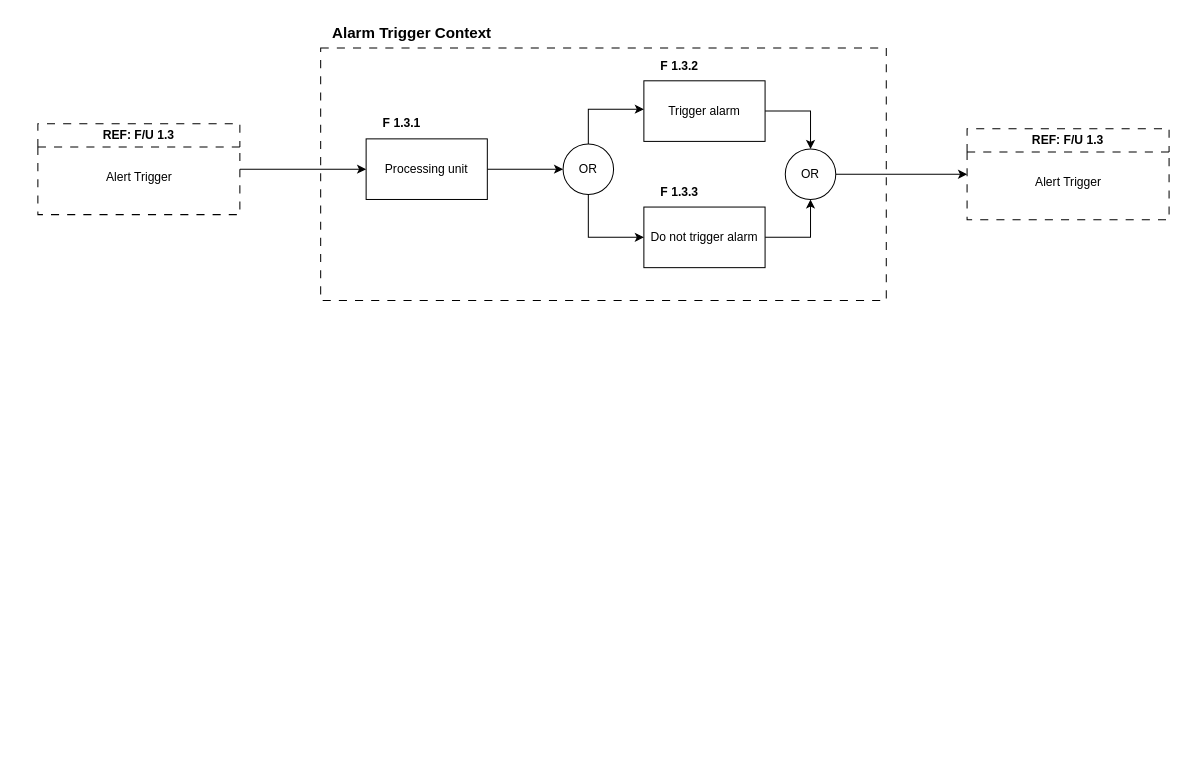
euginesithole/Eugine keeps this draw.io diagram as page "Alarm Trigger" (4 of 6) of Preliminary Design.drawio. Above is the earlier version. Source tidied: cells renumbered, new cells numbered last; positions are measured from the earlier drawing's top-left corner, leaving out a move shared by most shapes. Both pictures are drawn from the tidied source at 101%, with x=0, y=0 at pixel (37, 17).
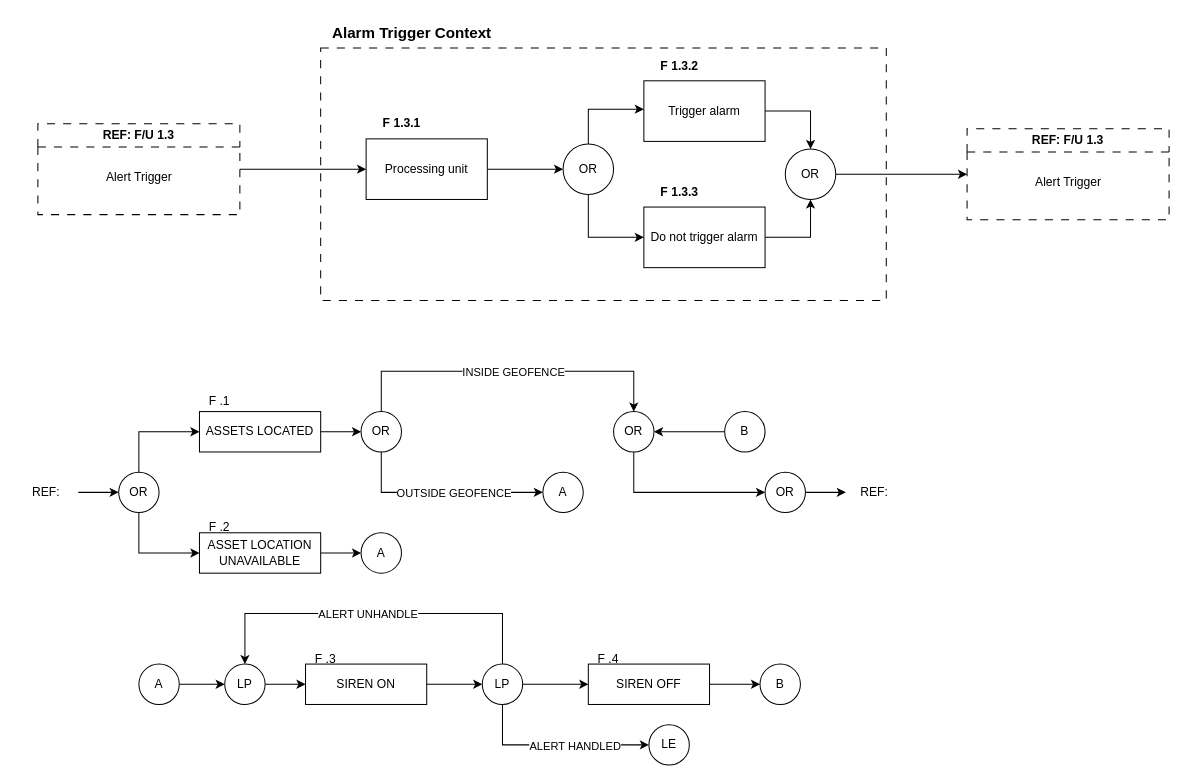
The same page after the edit.

What changed in the source:
```diff
@@
+    <mxCell id="23" style="edgeStyle=orthogonalEdgeStyle;rounded=0;jettySize=auto;html=1;" parent="1" edge="1" source="24" target="31">
+      <mxGeometry relative="1" as="geometry" />
+    </mxCell>
+    <mxCell id="24" value="ASSETS LOCATED" style="rounded=0;whiteSpace=wrap;html=1;fillColor=none;" parent="1" vertex="1">
+      <mxGeometry x="160" y="390" width="120" height="40" as="geometry" />
+    </mxCell>
+    <mxCell id="25" style="edgeStyle=orthogonalEdgeStyle;rounded=0;jettySize=auto;html=1;" parent="1" edge="1" source="26" target="47">
+      <mxGeometry relative="1" as="geometry" />
+    </mxCell>
+    <mxCell id="26" value="SIREN ON" style="rounded=0;whiteSpace=wrap;html=1;fillColor=none;" parent="1" vertex="1">
+      <mxGeometry x="265" y="640" width="120" height="40" as="geometry" />
+    </mxCell>
+    <mxCell id="27" style="edgeStyle=orthogonalEdgeStyle;rounded=0;jettySize=auto;html=1;exitX=0.5;exitY=0;exitDx=0;exitDy=0;entryX=0.5;entryY=0;entryDx=0;entryDy=0;" parent="1" edge="1" source="31" target="33">
+      <mxGeometry relative="1" as="geometry">
+        <Array as="points">
+          <mxPoint x="340" y="350" />
+          <mxPoint x="590" y="350" />
+        </Array>
+      </mxGeometry>
+    </mxCell>
+    <mxCell id="28" value="INSIDE GEOFENCE" style="edgeLabel;html=1;align=center;verticalAlign=middle;" parent="27" vertex="1">
+      <mxGeometry x="-0.06" relative="1" as="geometry">
+        <mxPoint x="15" as="offset" />
+      </mxGeometry>
+    </mxCell>
+    <mxCell id="29" style="edgeStyle=orthogonalEdgeStyle;rounded=0;jettySize=auto;html=1;exitX=0.5;exitY=1;exitDx=0;exitDy=0;entryX=0;entryY=0.5;entryDx=0;entryDy=0;" parent="1" edge="1" source="31" target="51">
+      <mxGeometry relative="1" as="geometry">
+        <Array as="points">
+          <mxPoint x="340" y="470" />
+        </Array>
+      </mxGeometry>
+    </mxCell>
+    <mxCell id="30" value="OUTSIDE GEOFENCE" style="edgeLabel;html=1;align=center;verticalAlign=middle;" parent="29" vertex="1">
+      <mxGeometry x="-0.1" y="1" relative="1" as="geometry">
+        <mxPoint x="21" y="1" as="offset" />
+      </mxGeometry>
+    </mxCell>
+    <mxCell id="31" value="OR" style="ellipse;whiteSpace=wrap;html=1;" parent="1" vertex="1">
+      <mxGeometry x="320" y="390" width="40" height="40" as="geometry" />
+    </mxCell>
+    <mxCell id="32" style="edgeStyle=orthogonalEdgeStyle;rounded=0;jettySize=auto;html=1;exitX=0.5;exitY=1;exitDx=0;exitDy=0;entryX=0;entryY=0.5;entryDx=0;entryDy=0;" parent="1" edge="1" source="33" target="58">
+      <mxGeometry relative="1" as="geometry" />
+    </mxCell>
+    <mxCell id="33" value="OR" style="ellipse;whiteSpace=wrap;html=1;" parent="1" vertex="1">
+      <mxGeometry x="570" y="390" width="40" height="40" as="geometry" />
+    </mxCell>
+    <mxCell id="34" style="edgeStyle=orthogonalEdgeStyle;rounded=0;jettySize=auto;html=1;" parent="1" edge="1" source="35" target="39">
+      <mxGeometry relative="1" as="geometry" />
+    </mxCell>
+    <mxCell id="35" value="ASSET LOCATION UNAVAILABLE" style="rounded=0;whiteSpace=wrap;html=1;fillColor=none;" parent="1" vertex="1">
+      <mxGeometry x="160" y="510" width="120" height="40" as="geometry" />
+    </mxCell>
+    <mxCell id="36" style="edgeStyle=orthogonalEdgeStyle;rounded=0;jettySize=auto;html=1;exitX=0.5;exitY=0;exitDx=0;exitDy=0;entryX=0;entryY=0.5;entryDx=0;entryDy=0;" parent="1" edge="1" source="38" target="24">
+      <mxGeometry relative="1" as="geometry" />
+    </mxCell>
+    <mxCell id="37" style="edgeStyle=orthogonalEdgeStyle;rounded=0;jettySize=auto;html=1;exitX=0.5;exitY=1;exitDx=0;exitDy=0;entryX=0;entryY=0.5;entryDx=0;entryDy=0;" parent="1" edge="1" source="38" target="35">
+      <mxGeometry relative="1" as="geometry" />
+    </mxCell>
+    <mxCell id="38" value="OR" style="ellipse;whiteSpace=wrap;html=1;" parent="1" vertex="1">
+      <mxGeometry x="80" y="450" width="40" height="40" as="geometry" />
+    </mxCell>
+    <mxCell id="39" value="A" style="ellipse;whiteSpace=wrap;html=1;" parent="1" vertex="1">
+      <mxGeometry x="320" y="510" width="40" height="40" as="geometry" />
+    </mxCell>
+    <mxCell id="40" style="edgeStyle=orthogonalEdgeStyle;rounded=0;jettySize=auto;html=1;" parent="1" edge="1" source="41" target="26">
+      <mxGeometry relative="1" as="geometry" />
+    </mxCell>
+    <mxCell id="41" value="LP" style="ellipse;whiteSpace=wrap;html=1;" parent="1" vertex="1">
+      <mxGeometry x="185" y="640" width="40" height="40" as="geometry" />
+    </mxCell>
+    <mxCell id="42" style="edgeStyle=orthogonalEdgeStyle;rounded=0;jettySize=auto;html=1;exitX=0.5;exitY=0;exitDx=0;exitDy=0;entryX=0.5;entryY=0;entryDx=0;entryDy=0;" parent="1" edge="1" source="47" target="41">
+      <mxGeometry relative="1" as="geometry">
+        <Array as="points">
+          <mxPoint x="460" y="590" />
+          <mxPoint x="205" y="590" />
+        </Array>
+      </mxGeometry>
+    </mxCell>
+    <mxCell id="43" value="ALERT UNHANDLE" style="edgeLabel;html=1;align=center;verticalAlign=middle;" parent="42" vertex="1">
+      <mxGeometry x="0.07" relative="1" as="geometry">
+        <mxPoint x="6" as="offset" />
+      </mxGeometry>
+    </mxCell>
+    <mxCell id="44" style="edgeStyle=orthogonalEdgeStyle;rounded=0;jettySize=auto;html=1;exitX=0.5;exitY=1;exitDx=0;exitDy=0;entryX=0;entryY=0.5;entryDx=0;entryDy=0;" parent="1" edge="1" source="47" target="48">
+      <mxGeometry relative="1" as="geometry" />
+    </mxCell>
+    <mxCell id="45" value="ALERT HANDLED" style="edgeLabel;html=1;align=center;verticalAlign=middle;" parent="44" vertex="1">
+      <mxGeometry x="0.2" y="-1" relative="1" as="geometry" />
+    </mxCell>
+    <mxCell id="46" style="edgeStyle=orthogonalEdgeStyle;rounded=0;jettySize=auto;html=1;" parent="1" edge="1" source="47" target="50">
+      <mxGeometry relative="1" as="geometry" />
+    </mxCell>
+    <mxCell id="47" value="LP" style="ellipse;whiteSpace=wrap;html=1;" parent="1" vertex="1">
+      <mxGeometry x="440" y="640" width="40" height="40" as="geometry" />
+    </mxCell>
+    <mxCell id="48" value="LE" style="ellipse;whiteSpace=wrap;html=1;" parent="1" vertex="1">
+      <mxGeometry x="605" y="700" width="40" height="40" as="geometry" />
+    </mxCell>
+    <mxCell id="49" style="edgeStyle=orthogonalEdgeStyle;rounded=0;jettySize=auto;html=1;" parent="1" edge="1" source="50" target="54">
+      <mxGeometry relative="1" as="geometry" />
+    </mxCell>
+    <mxCell id="50" value="SIREN OFF" style="rounded=0;whiteSpace=wrap;html=1;fillColor=none;" parent="1" vertex="1">
+      <mxGeometry x="545" y="640" width="120" height="40" as="geometry" />
+    </mxCell>
+    <mxCell id="51" value="A" style="ellipse;whiteSpace=wrap;html=1;" parent="1" vertex="1">
+      <mxGeometry x="500" y="450" width="40" height="40" as="geometry" />
+    </mxCell>
+    <mxCell id="52" style="edgeStyle=orthogonalEdgeStyle;rounded=0;jettySize=auto;html=1;" parent="1" edge="1" source="53" target="41">
+      <mxGeometry relative="1" as="geometry" />
+    </mxCell>
+    <mxCell id="53" value="A" style="ellipse;whiteSpace=wrap;html=1;" parent="1" vertex="1">
+      <mxGeometry x="100" y="640" width="40" height="40" as="geometry" />
+    </mxCell>
+    <mxCell id="54" value="B" style="ellipse;whiteSpace=wrap;html=1;" parent="1" vertex="1">
+      <mxGeometry x="715" y="640" width="40" height="40" as="geometry" />
+    </mxCell>
+    <mxCell id="55" style="edgeStyle=orthogonalEdgeStyle;rounded=0;jettySize=auto;html=1;" parent="1" edge="1" source="56" target="33">
+      <mxGeometry relative="1" as="geometry" />
+    </mxCell>
+    <mxCell id="56" value="B" style="ellipse;whiteSpace=wrap;html=1;" parent="1" vertex="1">
+      <mxGeometry x="680" y="390" width="40" height="40" as="geometry" />
+    </mxCell>
+    <mxCell id="57" style="edgeStyle=orthogonalEdgeStyle;rounded=0;jettySize=auto;html=1;" parent="1" edge="1" source="58" target="63">
+      <mxGeometry relative="1" as="geometry" />
+    </mxCell>
+    <mxCell id="58" value="OR" style="ellipse;whiteSpace=wrap;html=1;" parent="1" vertex="1">
+      <mxGeometry x="720" y="450" width="40" height="40" as="geometry" />
+    </mxCell>
+    <mxCell id="59" value="F .1" style="text;html=1;align=center;verticalAlign=middle;whiteSpace=wrap;rounded=0;" parent="1" vertex="1">
+      <mxGeometry x="150" y="365" width="60" height="30" as="geometry" />
+    </mxCell>
+    <mxCell id="60" value="F .2" style="text;html=1;align=center;verticalAlign=middle;whiteSpace=wrap;rounded=0;" parent="1" vertex="1">
+      <mxGeometry x="150" y="490" width="60" height="30" as="geometry" />
+    </mxCell>
+    <mxCell id="61" value="F .3" style="text;html=1;align=center;verticalAlign=middle;whiteSpace=wrap;rounded=0;" parent="1" vertex="1">
+      <mxGeometry x="255" y="620" width="60" height="30" as="geometry" />
+    </mxCell>
+    <mxCell id="62" value="F .4" style="text;html=1;align=center;verticalAlign=middle;whiteSpace=wrap;rounded=0;" parent="1" vertex="1">
+      <mxGeometry x="535" y="620" width="60" height="30" as="geometry" />
+    </mxCell>
+    <mxCell id="63" value="REF:&amp;nbsp;" style="text;html=1;align=center;verticalAlign=middle;whiteSpace=wrap;rounded=0;" parent="1" vertex="1">
+      <mxGeometry x="800" y="455" width="60" height="30" as="geometry" />
+    </mxCell>
+    <mxCell id="64" style="edgeStyle=orthogonalEdgeStyle;rounded=0;jettySize=auto;html=1;exitX=1;exitY=0.5;exitDx=0;exitDy=0;entryX=0;entryY=0.5;entryDx=0;entryDy=0;" parent="1" edge="1" source="65" target="38">
+      <mxGeometry relative="1" as="geometry" />
+    </mxCell>
+    <mxCell id="65" value="REF:&amp;nbsp;" style="text;html=1;align=center;verticalAlign=middle;whiteSpace=wrap;rounded=0;" parent="1" vertex="1">
+      <mxGeometry x="-20" y="455" width="60" height="30" as="geometry" />
+    </mxCell>
```
